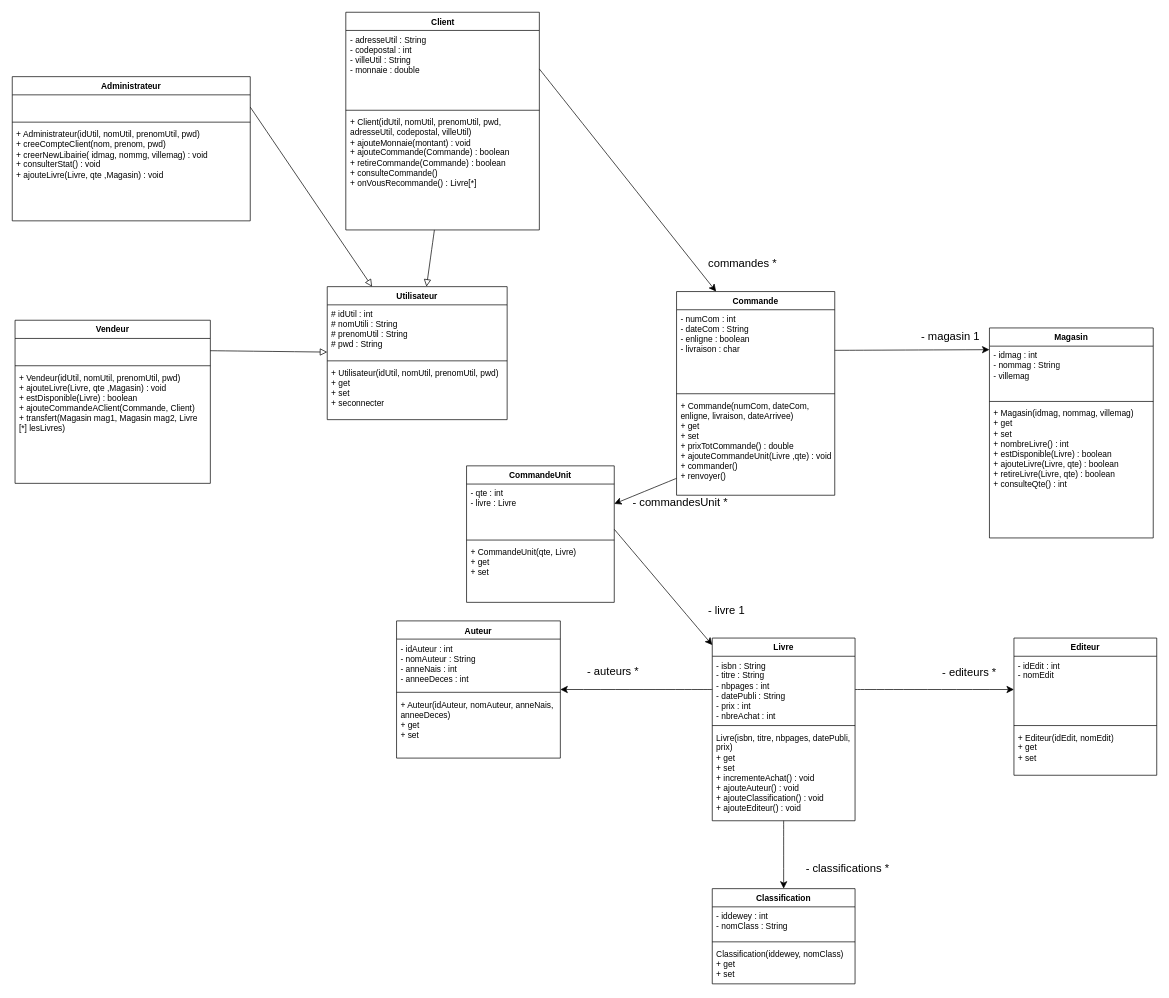
Above: UML.drawio in BastienMonet/SAEjava2.03 (draw.io), before the change. Source tidied: cells renumbered, new cells numbered last; positions are measured from the earlier drawing's top-left corner, leaving out a move shared by most shapes. Both pictures are drawn from the tidied source at 70%, with x=0, y=0 at pixel (12, 12).
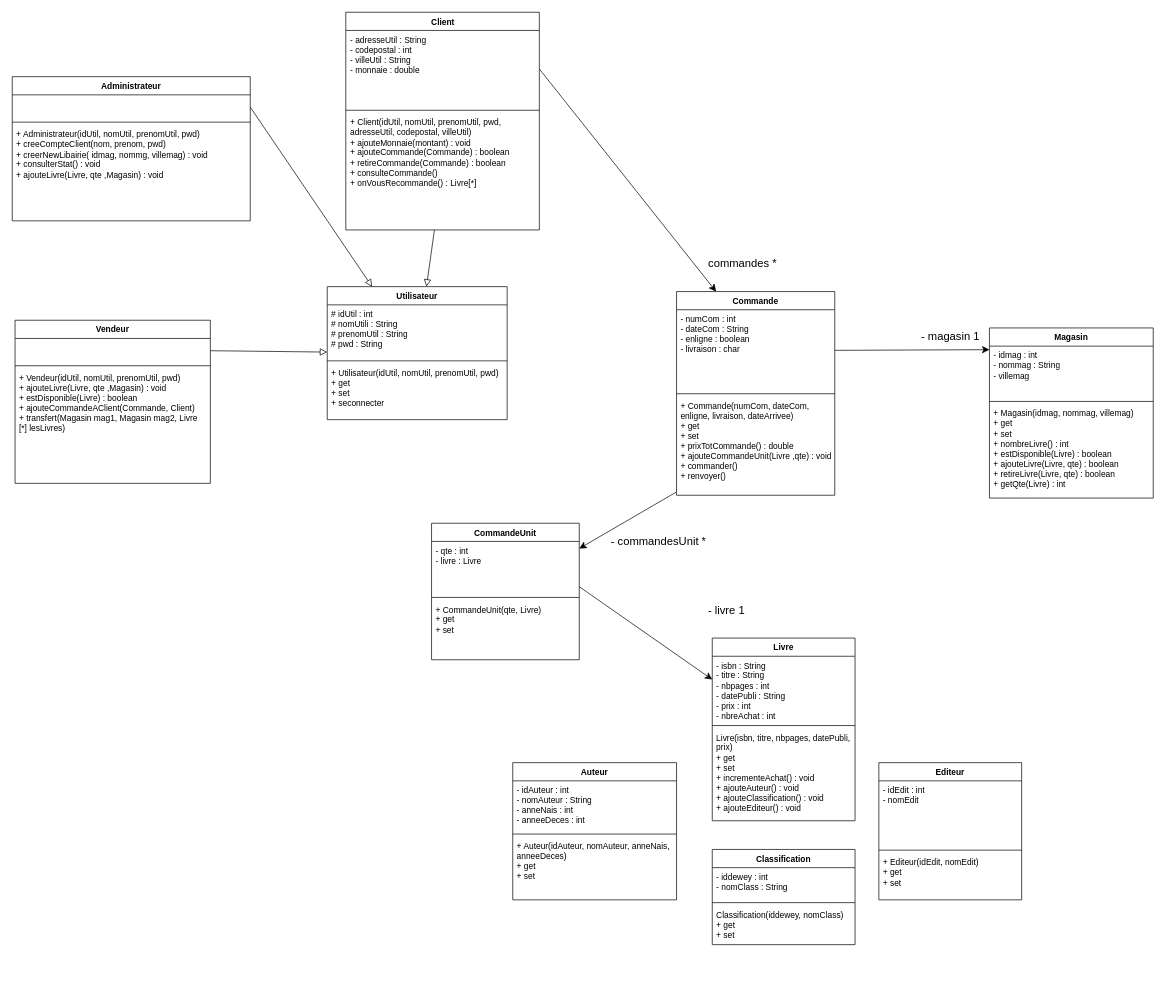
Above is the later version.

Commit message (it also covers changes not shown here):
genre vraiment

The change refers to these unchanged cells:
```xml
<mxCell id="7" value="Livre" style="swimlane;fontStyle=1;align=center;verticalAlign=top;horizontal=1;startSize=26;whiteSpace=wrap;html=1;" parent="1" vertex="1">
  <mxGeometry x="1000" y="894" width="204" height="261" as="geometry" />
</mxCell>
<mxCell id="8" value="&lt;div&gt;- isbn : String&lt;/div&gt;&lt;div&gt;- titre : String&lt;/div&gt;&lt;div&gt;- nbpages : int&lt;/div&gt;&lt;div&gt;- datePubli : String&lt;/div&gt;&lt;div&gt;- prix : int&lt;/div&gt;&lt;div&gt;- nbreAchat : int&lt;/div&gt;" style="text;strokeColor=none;fillColor=none;align=left;verticalAlign=top;spacingLeft=4;spacingRight=4;overflow=hidden;points=[[0,0.5],[1,0.5]];portConstraint=eastwest;whiteSpace=wrap;html=1;" parent="7" vertex="1">
  <mxGeometry y="26" width="204" height="95" as="geometry" />
</mxCell>
<mxCell id="17" value="&lt;div&gt;- idEdit : int&lt;/div&gt;&lt;div&gt;- nomEdit&lt;/div&gt;" style="text;strokeColor=none;fillColor=none;align=left;verticalAlign=top;spacingLeft=4;spacingRight=4;overflow=hidden;points=[[0,0.5],[1,0.5]];portConstraint=eastwest;whiteSpace=wrap;html=1;" parent="16" vertex="1">
  <mxGeometry y="26" width="204" height="95" as="geometry" />
</mxCell>
```

Change to the diagram source:
```diff
@@
-    <mxCell id="6" style="edgeStyle=none;curved=1;rounded=0;jettySize=auto;html=1;exitX=0.5;exitY=1;exitDx=0;exitDy=0;entryX=0.5;entryY=0;entryDx=0;entryDy=0;fontSize=12;startSize=8;endSize=8;" parent="1" edge="1" source="7" target="25">
-      <mxGeometry relative="1" as="geometry" />
-    </mxCell>
@@
     <mxCell id="16" value="Editeur" style="swimlane;fontStyle=1;align=center;verticalAlign=top;horizontal=1;startSize=26;whiteSpace=wrap;html=1;" parent="1" vertex="1">
-      <mxGeometry x="1431" y="894" width="204" height="196" as="geometry" />
+      <mxGeometry x="1238" y="1072" width="204" height="196" as="geometry" />
     </mxCell>
@@
-    <mxCell id="20" style="edgeStyle=none;curved=1;rounded=0;jettySize=auto;html=1;exitX=1;exitY=0.5;exitDx=0;exitDy=0;entryX=0;entryY=0.5;entryDx=0;entryDy=0;fontSize=12;startSize=8;endSize=8;" parent="1" edge="1" source="8" target="17">
-      <mxGeometry relative="1" as="geometry" />
-    </mxCell>
     <mxCell id="21" value="Auteur" style="swimlane;fontStyle=1;align=center;verticalAlign=top;horizontal=1;startSize=26;whiteSpace=wrap;html=1;" parent="1" vertex="1">
-      <mxGeometry x="549" y="869.5" width="234" height="196" as="geometry" />
+      <mxGeometry x="715" y="1072" width="234" height="196" as="geometry" />
     </mxCell>
@@
     <mxCell id="25" value="Classification" style="swimlane;fontStyle=1;align=center;verticalAlign=top;horizontal=1;startSize=26;whiteSpace=wrap;html=1;" parent="1" vertex="1">
-      <mxGeometry x="1000" y="1252" width="204" height="136" as="geometry" />
+      <mxGeometry x="1000" y="1196" width="204" height="136" as="geometry" />
     </mxCell>
@@
-    <mxCell id="29" value="- classifications *" style="text;html=1;align=center;verticalAlign=middle;strokeColor=none;fillColor=none;fontSize=16;" parent="1" vertex="1">
-      <mxGeometry x="1124" y="1206" width="137" height="31" as="geometry" />
-    </mxCell>
-    <mxCell id="30" value="- editeurs *" style="text;html=1;align=center;verticalAlign=middle;strokeColor=none;fillColor=none;fontSize=16;" parent="1" vertex="1">
-      <mxGeometry x="1319.5" y="927" width="95" height="31" as="geometry" />
-    </mxCell>
-    <mxCell id="31" style="edgeStyle=none;curved=1;rounded=0;jettySize=auto;html=1;exitX=0;exitY=0.5;exitDx=0;exitDy=0;entryX=1;entryY=0.5;entryDx=0;entryDy=0;fontSize=12;startSize=8;endSize=8;" parent="1" edge="1" source="8" target="21">
-      <mxGeometry relative="1" as="geometry" />
-    </mxCell>
     <mxCell id="32" value="Magasin" style="swimlane;fontStyle=1;align=center;verticalAlign=top;horizontal=1;startSize=26;whiteSpace=wrap;html=1;" parent="1" vertex="1">
-      <mxGeometry x="1396" y="451" width="234" height="300" as="geometry" />
+      <mxGeometry x="1396" y="451" width="234" height="243" as="geometry" />
     </mxCell>
@@
-    <mxCell id="35" value="&lt;div&gt;&lt;div&gt;+ Magasin(idmag, nommag, villemag)&lt;/div&gt;&lt;div&gt;+ get&lt;/div&gt;&lt;div&gt;+ set&lt;/div&gt;&lt;/div&gt;&lt;div&gt;+ nombreLivre() : int&lt;/div&gt;&lt;div&gt;+ estDisponible(Livre) : boolean&lt;/div&gt;&lt;div&gt;+ ajouteLivre(Livre, qte) : boolean&lt;/div&gt;&lt;div&gt;+ retireLivre(Livre, qte) : boolean&lt;/div&gt;&lt;div&gt;+ consulteQte() : int&lt;/div&gt;" style="text;strokeColor=none;fillColor=none;align=left;verticalAlign=top;spacingLeft=4;spacingRight=4;overflow=hidden;whiteSpace=wrap;html=1;" parent="32" vertex="1">
-      <mxGeometry y="109" width="234" height="191" as="geometry" />
+    <mxCell id="35" value="&lt;div&gt;&lt;div&gt;+ Magasin(idmag, nommag, villemag)&lt;/div&gt;&lt;div&gt;+ get&lt;/div&gt;&lt;div&gt;+ set&lt;/div&gt;&lt;/div&gt;&lt;div&gt;+ nombreLivre() : int&lt;/div&gt;&lt;div&gt;+ estDisponible(Livre) : boolean&lt;/div&gt;&lt;div&gt;+ ajouteLivre(Livre, qte) : boolean&lt;/div&gt;&lt;div&gt;+ retireLivre(Livre, qte) : boolean&lt;/div&gt;&lt;div&gt;+ getQte(Livre) : int&lt;/div&gt;" style="text;strokeColor=none;fillColor=none;align=left;verticalAlign=top;spacingLeft=4;spacingRight=4;overflow=hidden;whiteSpace=wrap;html=1;" parent="32" vertex="1">
+      <mxGeometry y="109" width="234" height="134" as="geometry" />
     </mxCell>
@@
     <mxCell id="46" value="CommandeUnit" style="swimlane;fontStyle=1;align=center;verticalAlign=top;horizontal=1;startSize=26;whiteSpace=wrap;html=1;" parent="1" vertex="1">
-      <mxGeometry x="649" y="648" width="211" height="195" as="geometry" />
+      <mxGeometry x="599" y="730" width="211" height="195" as="geometry" />
     </mxCell>
@@
-    <mxCell id="52" value="- auteurs *" style="text;html=1;align=center;verticalAlign=middle;strokeColor=none;fillColor=none;fontSize=16;" parent="1" vertex="1">
-      <mxGeometry x="812" y="925" width="92" height="31" as="geometry" />
-    </mxCell>
@@
     <mxCell id="62" value="- commandesUnit *" style="text;html=1;align=center;verticalAlign=middle;strokeColor=none;fillColor=none;fontSize=16;" parent="1" vertex="1">
-      <mxGeometry x="877" y="684" width="154" height="31" as="geometry" />
+      <mxGeometry x="846" y="740" width="154" height="31" as="geometry" />
     </mxCell>
```
